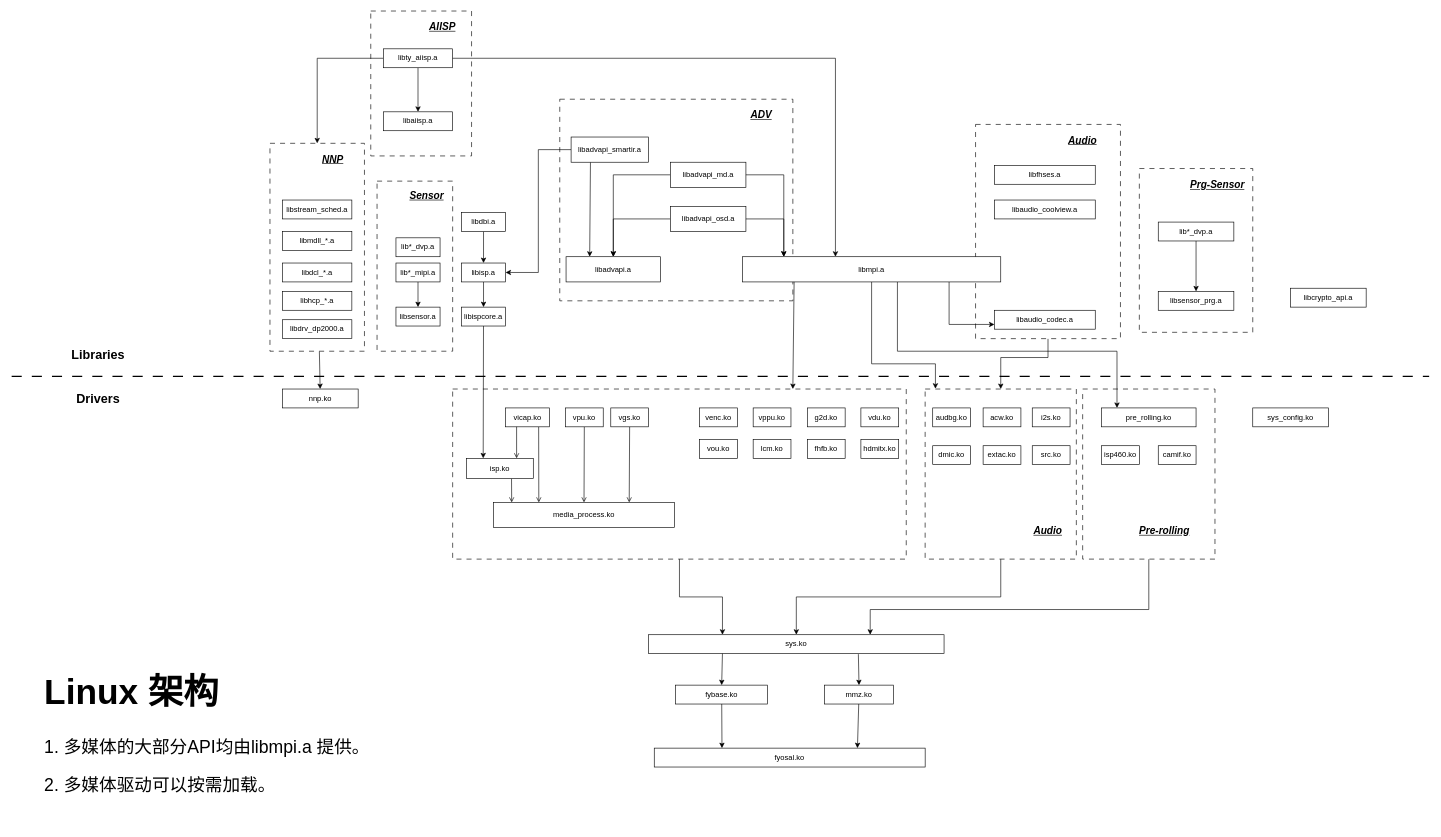
This is page "Linux" (1 of 2) of xc01 依赖关系.drawio from joliet0l/Diagram, a draw.io file, before an edit. Source tidied: cells renumbered, new cells numbered last; positions are measured from the earlier drawing's top-left corner, leaving out a move shared by most shapes. Both pictures are drawn from the tidied source at 63%, with x=0, y=0 at pixel (11, 11).
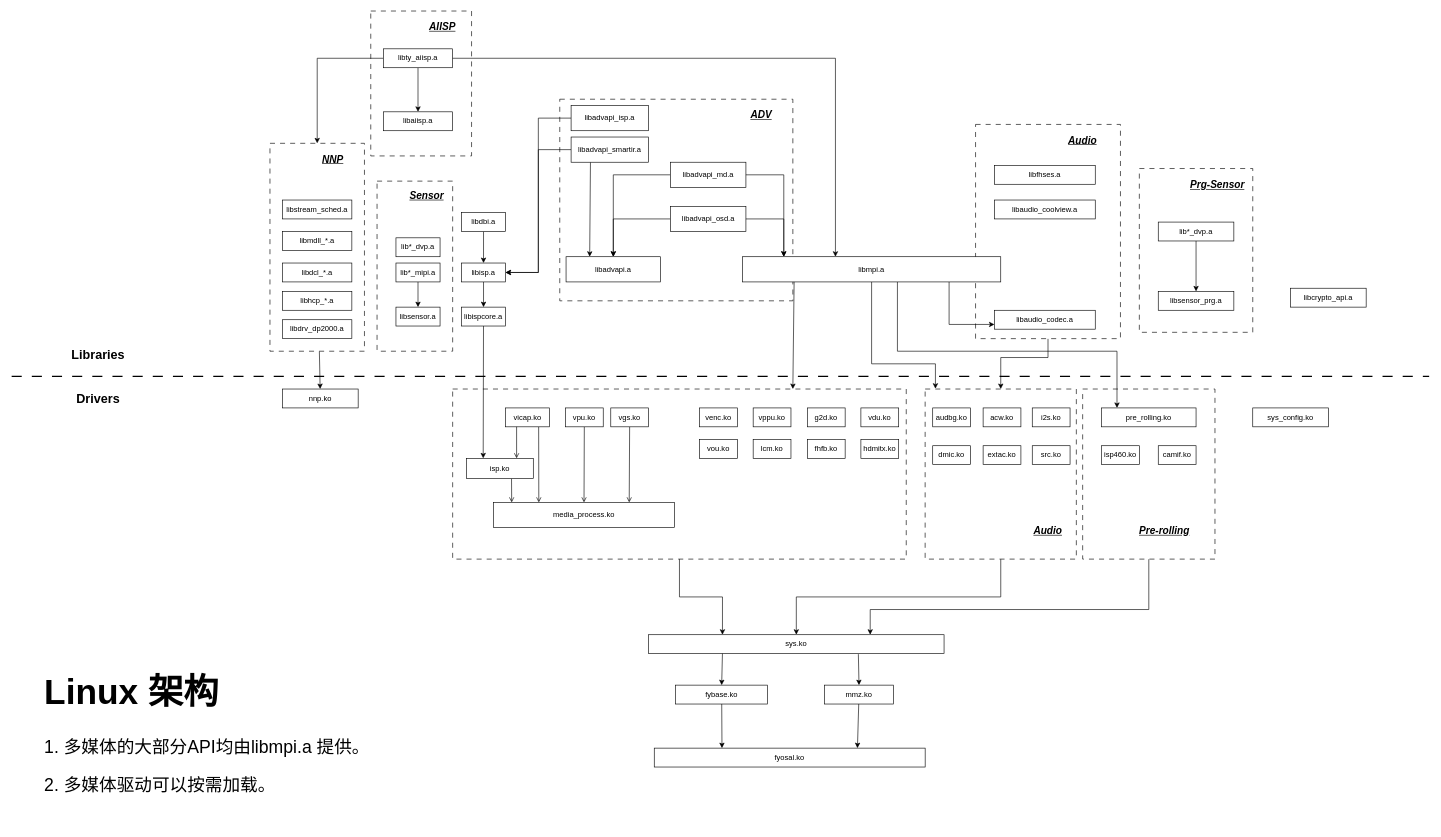
Above is the later version.

The change refers to these unchanged cells:
```xml
<mxCell id="57" value="libisp.a" style="rounded=0;whiteSpace=wrap;html=1;" parent="1" vertex="1">
  <mxGeometry x="714" y="400" width="70" height="30" as="geometry" />
</mxCell>
```

The edit, as a diff of the source:
```diff
@@
+    <mxCell id="107" style="edgeStyle=orthogonalEdgeStyle;rounded=0;jettySize=auto;html=1;entryX=1;entryY=0.5;entryDx=0;entryDy=0;" parent="1" edge="1" source="108" target="57">
+      <mxGeometry relative="1" as="geometry" />
+    </mxCell>
+    <mxCell id="108" value="libadvapi_isp.a" style="rounded=0;whiteSpace=wrap;html=1;" parent="1" vertex="1">
+      <mxGeometry x="888" y="150" width="123" height="40" as="geometry" />
+    </mxCell>
```
